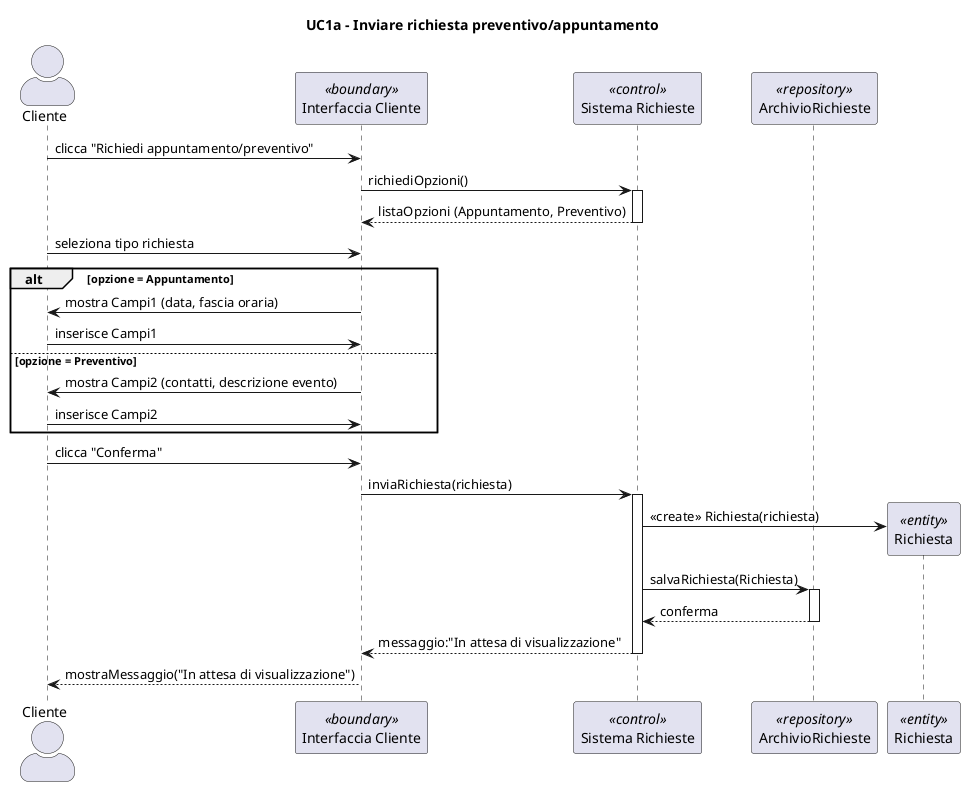
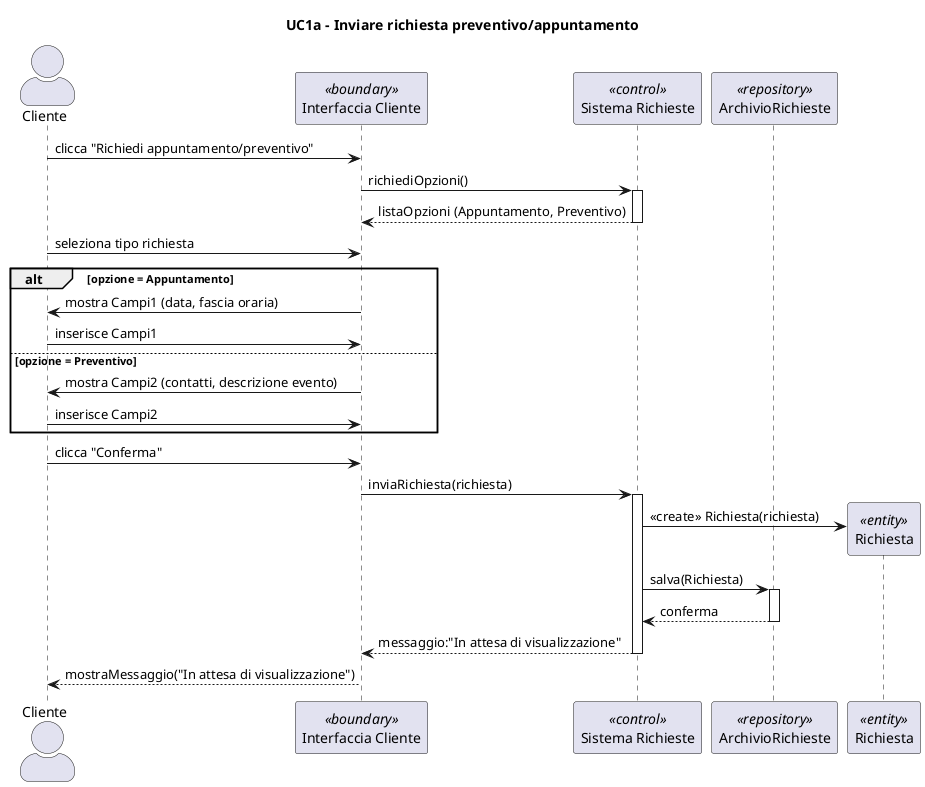
@startuml
title UC1a - Inviare richiesta preventivo/appuntamento
skinparam actorStyle awesome
actor Cliente
participant "Interfaccia Cliente" as UI <<boundary>>
participant "Sistema Richieste" as S <<control>>
participant "ArchivioRichieste" as Repo <<repository>>
participant "Richiesta" as R <<entity>>


Cliente -> UI : clicca "Richiedi appuntamento/preventivo"
UI -> S : richiediOpzioni()
activate S
S --> UI : listaOpzioni (Appuntamento, Preventivo)
deactivate S

Cliente -> UI : seleziona tipo richiesta

alt opzione = Appuntamento
    UI -> Cliente : mostra Campi1 (data, fascia oraria)
    Cliente -> UI : inserisce Campi1
else opzione = Preventivo
    UI -> Cliente : mostra Campi2 (contatti, descrizione evento)
    Cliente -> UI : inserisce Campi2
end

Cliente -> UI : clicca "Conferma"
UI -> S : inviaRichiesta(richiesta)
activate S

create R
S -> R : <<create>> Richiesta(richiesta)

- S -> Repo : salvaRichiesta(Richiesta)
+ S -> Repo : salva(Richiesta)
activate Repo
Repo --> S : conferma
deactivate Repo

S --> UI : messaggio:"In attesa di visualizzazione"
deactivate S

UI --> Cliente : mostraMessaggio("In attesa di visualizzazione")

@enduml
